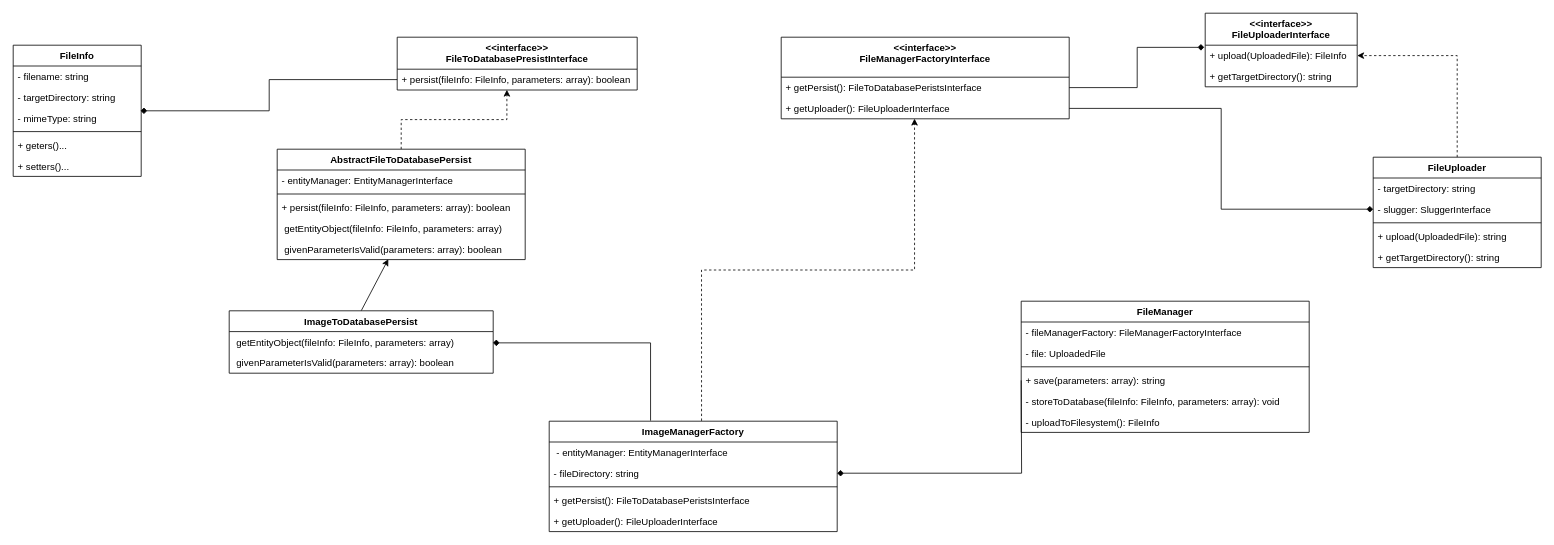
Before: page "Image control" (2 of 2) of UML.drawio in ilya372317/LMS-docker-pack, a draw.io diagram. Source tidied: cells renumbered, new cells numbered last; positions are measured from the earlier drawing's top-left corner, leaving out a move shared by most shapes. Both pictures are drawn from the tidied source at 80%, with x=0, y=0 at pixel (13, 13).
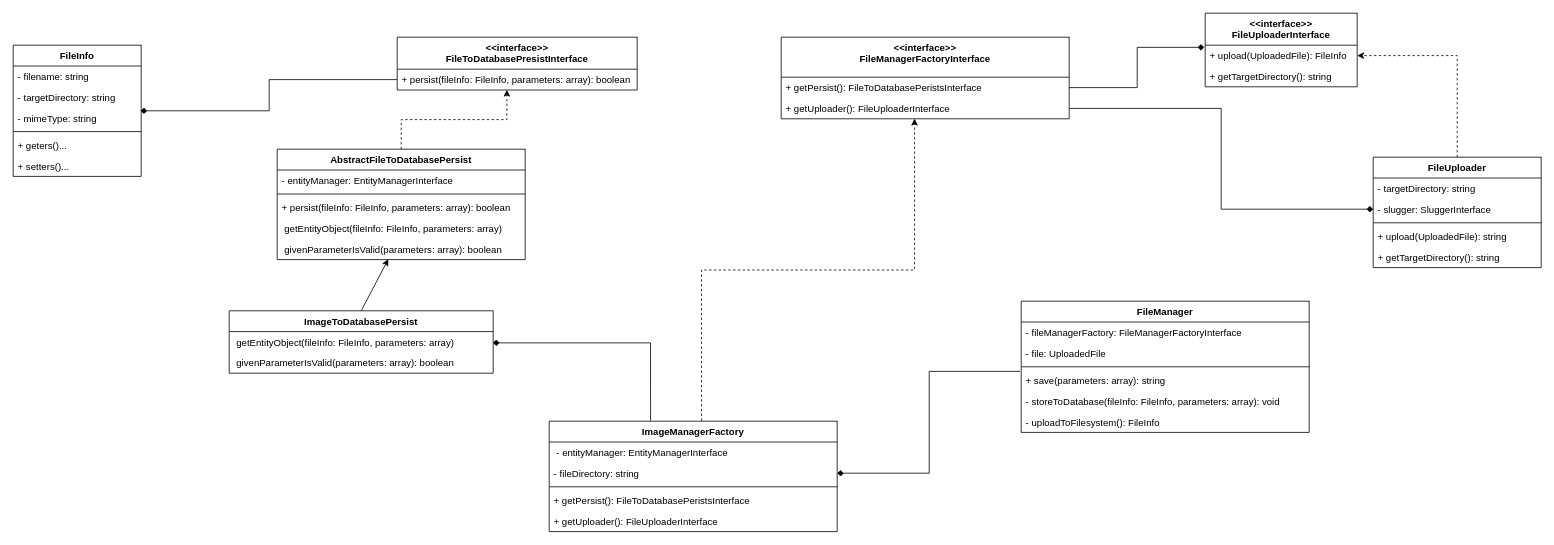
The same page after the edit.

Unchanged cells that the change refers to:
```xml
<mxCell id="16" value="+ save(parameters: array): string" style="text;strokeColor=none;fillColor=none;align=left;verticalAlign=top;spacingLeft=4;spacingRight=4;overflow=hidden;points=[[0,0.5],[1,0.5]];portConstraint=eastwest;" parent="12" vertex="1">
  <mxGeometry y="86" width="360" height="26" as="geometry" />
</mxCell>
<mxCell id="43" value="- fileDirectory: string" style="text;strokeColor=none;fillColor=none;align=left;verticalAlign=top;spacingLeft=4;spacingRight=4;overflow=hidden;points=[[0,0.5],[1,0.5]];portConstraint=eastwest;" parent="41" vertex="1">
  <mxGeometry y="52" width="360" height="26" as="geometry" />
</mxCell>
```

What changed in the source:
```diff
@@
-    <mxCell id="32" style="edgeStyle=orthogonalEdgeStyle;rounded=0;jettySize=auto;html=1;exitX=0;exitY=0.5;exitDx=0;exitDy=0;entryX=1;entryY=0.5;entryDx=0;entryDy=0;endArrow=diamond;endFill=1;" parent="1" edge="1" target="43">
-      <mxGeometry relative="1" as="geometry">
-        <mxPoint x="1260" y="459" as="sourcePoint" />
-      </mxGeometry>
+    <mxCell id="32" style="edgeStyle=orthogonalEdgeStyle;rounded=0;jettySize=auto;html=1;exitX=-0.004;exitY=0.066;exitDx=0;exitDy=0;entryX=1;entryY=0.5;entryDx=0;entryDy=0;endArrow=diamond;endFill=1;exitPerimeter=0;" parent="1" edge="1" source="16" target="43">
+      <mxGeometry relative="1" as="geometry" />
     </mxCell>
```
